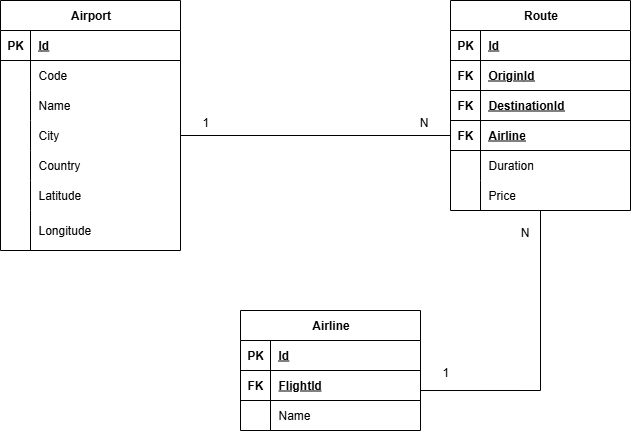
This is docs/dbdiagram.drawio.png from gast0nestevez/solvd-laba-personal-project, a draw.io export, as it was before one commit. Source tidied: cells renumbered, new cells last; positions are measured from the earlier drawing's top-left corner, leaving out a move shared by most shapes.
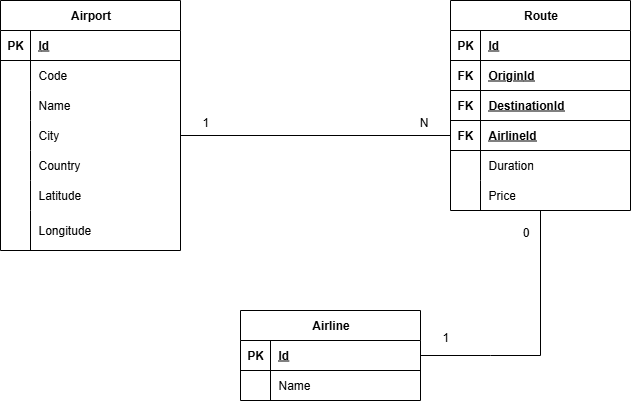
The same diagram one commit later.

Change to the diagram source:
```diff
@@ -104,7 +104,7 @@
     <mxCell id="35" value="FK" style="shape=partialRectangle;fillColor=none;top=0;left=0;bottom=0;right=0;fontStyle=1;overflow=hidden;whiteSpace=wrap;html=1;" parent="34" vertex="1">
       <mxGeometry width="30" height="30" as="geometry" />
     </mxCell>
-    <mxCell id="36" value="Airline" style="shape=partialRectangle;fillColor=none;top=0;left=0;bottom=0;right=0;align=left;spacingLeft=6;fontStyle=5;overflow=hidden;whiteSpace=wrap;html=1;" parent="34" vertex="1">
+    <mxCell id="36" value="AirlineId" style="shape=partialRectangle;fillColor=none;top=0;left=0;bottom=0;right=0;align=left;spacingLeft=6;fontStyle=5;overflow=hidden;whiteSpace=wrap;html=1;" parent="34" vertex="1">
       <mxGeometry x="30" width="150" height="30" as="geometry" />
     </mxCell>
     <mxCell id="37" style="shape=tableRow;horizontal=0;startSize=0;swimlaneHead=0;swimlaneBody=0;fillColor=none;top=0;left=0;right=0;bottom=0;" parent="24" vertex="1">
@@ -126,7 +126,7 @@
       <mxGeometry x="30" width="150" height="30" as="geometry" />
     </mxCell>
     <mxCell id="43" value="Airline" style="shape=table;startSize=30;rowLines=0;fontStyle=1;align=center;html=1;" parent="1" vertex="1">
-      <mxGeometry x="240" y="310" width="180" height="120" as="geometry" />
+      <mxGeometry x="240" y="310" width="180" height="90" as="geometry" />
     </mxCell>
     <mxCell id="44" style="shape=tableRow;horizontal=0;startSize=0;swimlaneHead=0;swimlaneBody=0;fillColor=none;points=[[0,0.5],[1,0.5]];portConstraint=eastwest;top=0;left=0;right=0;bottom=1;" parent="43" vertex="1">
       <mxGeometry y="30" width="180" height="30" as="geometry" />
@@ -137,17 +137,8 @@
     <mxCell id="46" value="Id" style="shape=partialRectangle;fillColor=none;top=0;left=0;bottom=0;right=0;align=left;spacingLeft=6;fontStyle=5;overflow=hidden;whiteSpace=wrap;html=1;" parent="44" vertex="1">
       <mxGeometry x="30" width="150" height="30" as="geometry" />
     </mxCell>
-    <mxCell id="47" style="shape=tableRow;horizontal=0;startSize=0;swimlaneHead=0;swimlaneBody=0;fillColor=none;points=[[0,0.5],[1,0.5]];portConstraint=eastwest;top=0;left=0;right=0;bottom=1;" parent="43" vertex="1">
-      <mxGeometry y="60" width="180" height="30" as="geometry" />
-    </mxCell>
-    <mxCell id="48" value="FK" style="shape=partialRectangle;fillColor=none;top=0;left=0;bottom=0;right=0;fontStyle=1;overflow=hidden;whiteSpace=wrap;html=1;" parent="47" vertex="1">
-      <mxGeometry width="30" height="30" as="geometry" />
-    </mxCell>
-    <mxCell id="49" value="FlightId" style="shape=partialRectangle;fillColor=none;top=0;left=0;bottom=0;right=0;align=left;spacingLeft=6;fontStyle=5;overflow=hidden;whiteSpace=wrap;html=1;" parent="47" vertex="1">
-      <mxGeometry x="30" width="150" height="30" as="geometry" />
-    </mxCell>
     <mxCell id="50" style="shape=tableRow;horizontal=0;startSize=0;swimlaneHead=0;swimlaneBody=0;fillColor=none;top=0;left=0;right=0;bottom=0;" parent="43" vertex="1">
-      <mxGeometry y="90" width="180" height="30" as="geometry" />
+      <mxGeometry y="60" width="180" height="30" as="geometry" />
     </mxCell>
     <mxCell id="51" style="shape=partialRectangle;fillColor=none;top=0;left=0;bottom=0;right=0;overflow=hidden;whiteSpace=wrap;html=1;" parent="50" vertex="1">
       <mxGeometry width="30" height="30" as="geometry" />
@@ -155,10 +146,11 @@
     <mxCell id="52" value="Name" style="shape=partialRectangle;fillColor=none;top=0;left=0;bottom=0;right=0;align=left;spacingLeft=6;overflow=hidden;whiteSpace=wrap;html=1;" parent="50" vertex="1">
       <mxGeometry x="30" width="150" height="30" as="geometry" />
     </mxCell>
-    <mxCell id="53" style="endArrow=none;html=1;rounded=0;exitX=1;exitY=0.667;exitDx=0;exitDy=0;exitPerimeter=0;" parent="1" edge="1" source="47" target="40">
+    <mxCell id="53" style="endArrow=none;html=1;rounded=0;exitX=1;exitY=0.5;exitDx=0;exitDy=0;" parent="1" edge="1" source="44" target="40">
       <mxGeometry relative="1" as="geometry">
         <Array as="points">
-          <mxPoint x="540" y="390" />
+          <mxPoint x="490" y="355" />
+          <mxPoint x="540" y="355" />
         </Array>
       </mxGeometry>
     </mxCell>
@@ -167,7 +159,7 @@
         <mxPoint x="20" y="-10" as="offset" />
       </mxGeometry>
     </mxCell>
-    <mxCell id="55" value="N" style="html=1;whiteSpace=wrap;align=right;verticalAlign=bottom;" parent="53" vertex="1">
+    <mxCell id="55" value="0" style="html=1;whiteSpace=wrap;align=right;verticalAlign=bottom;" parent="53" vertex="1">
       <mxGeometry x="1" relative="1" as="geometry">
         <mxPoint x="-10" y="30" as="offset" />
       </mxGeometry>
```
